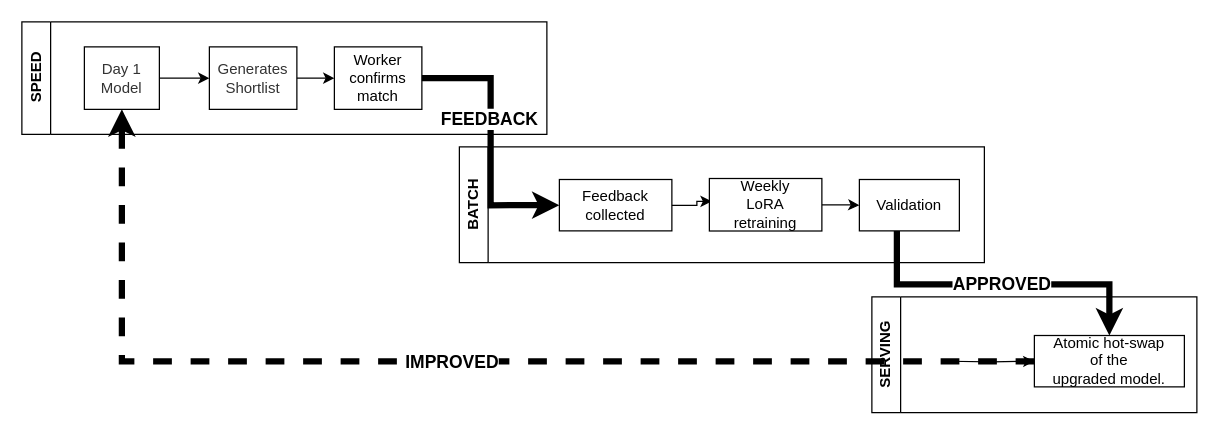
This is docs/diagram/key_diagram/continuous_finetune.drawio from hyChia88/mscd_demo, a draw.io file, before an edit. Source tidied: cells renumbered, new cells numbered last; positions are measured from the earlier drawing's top-left corner, leaving out a move shared by most shapes. Both pictures are drawn from the tidied source at 125%, with x=0, y=0 at pixel (21, 21).
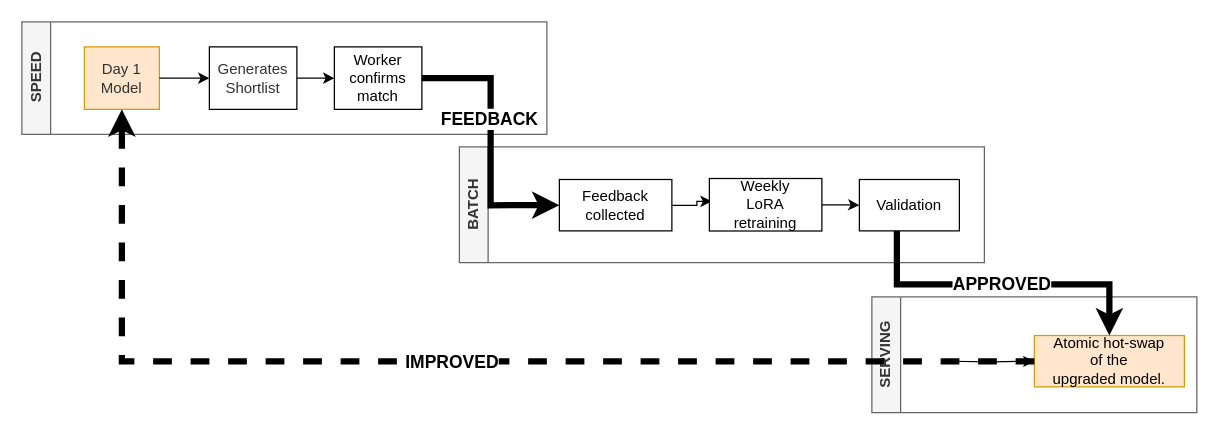
After the change.

What changed in the source:
```diff
@@
-    <mxCell id="2" value="SPEED" style="swimlane;horizontal=0;whiteSpace=wrap;html=1;" parent="1" vertex="1">
+    <mxCell id="2" value="SPEED" style="swimlane;horizontal=0;whiteSpace=wrap;html=1;fillColor=#f5f5f5;fontColor=#333333;strokeColor=#666666;" parent="1" vertex="1">
       <mxGeometry width="420" height="90" as="geometry" />
     </mxCell>
-    <mxCell id="3" value="&lt;span style=&quot;color: rgb(51, 51, 51);&quot;&gt;Day 1&lt;/span&gt;&lt;br style=&quot;color: rgb(63, 63, 63); scrollbar-color: rgb(226, 226, 226) rgb(251, 251, 251);&quot;&gt;&lt;span style=&quot;color: rgb(51, 51, 51);&quot;&gt;Model&lt;/span&gt;" style="rounded=0;whiteSpace=wrap;html=1;" parent="2" vertex="1">
+    <mxCell id="3" value="&lt;span style=&quot;color: rgb(51, 51, 51);&quot;&gt;Day 1&lt;/span&gt;&lt;br style=&quot;color: rgb(63, 63, 63); scrollbar-color: rgb(226, 226, 226) rgb(251, 251, 251);&quot;&gt;&lt;span style=&quot;color: rgb(51, 51, 51);&quot;&gt;Model&lt;/span&gt;" style="rounded=0;whiteSpace=wrap;html=1;fillColor=#ffe6cc;strokeColor=#d79b00;" parent="2" vertex="1">
       <mxGeometry x="50" y="20" width="60" height="50" as="geometry" />
     </mxCell>
@@
-    <mxCell id="8" value="BATCH" style="swimlane;horizontal=0;whiteSpace=wrap;html=1;" parent="1" vertex="1">
+    <mxCell id="8" value="BATCH" style="swimlane;horizontal=0;whiteSpace=wrap;html=1;fillColor=#f5f5f5;fontColor=#333333;strokeColor=#666666;" parent="1" vertex="1">
       <mxGeometry x="350" y="100" width="420" height="92.6" as="geometry" />
     </mxCell>
@@
-    <mxCell id="14" value="SERVING" style="swimlane;horizontal=0;whiteSpace=wrap;html=1;" parent="1" vertex="1">
+    <mxCell id="14" value="SERVING" style="swimlane;horizontal=0;whiteSpace=wrap;html=1;fillColor=#f5f5f5;fontColor=#333333;strokeColor=#666666;" parent="1" vertex="1">
       <mxGeometry x="680" y="220" width="260" height="92.6" as="geometry" />
     </mxCell>
-    <mxCell id="15" value="Atomic hot-swap&#10;of the&#10;upgraded model." style="whiteSpace=wrap;html=1;fillColor=#ffffff;strokeColor=#000000;" parent="14" vertex="1">
+    <mxCell id="15" value="Atomic hot-swap&#10;of the&#10;upgraded model." style="whiteSpace=wrap;html=1;fillColor=#ffe6cc;strokeColor=#d79b00;" parent="14" vertex="1">
       <mxGeometry x="130" y="30.9" width="120" height="41.1" as="geometry" />
     </mxCell>
```
